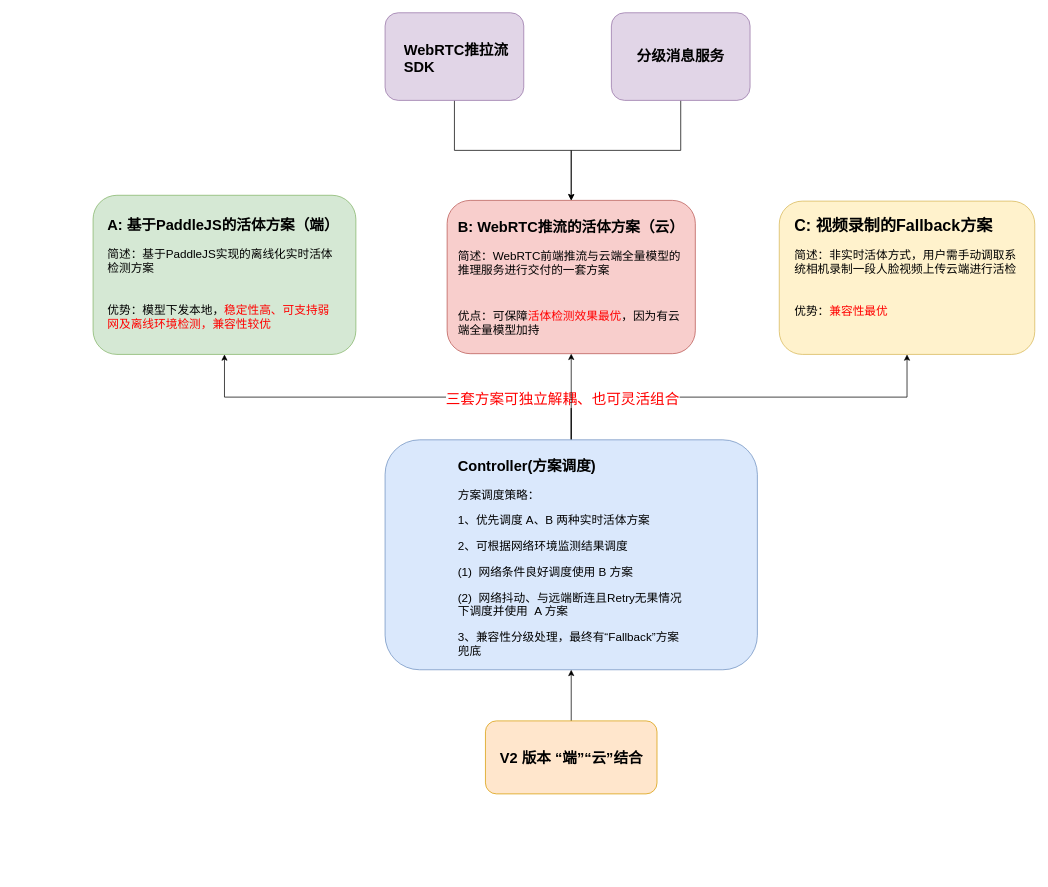
Before: 未命名绘图.drawio in bdwenxi/bdscroll, a draw.io diagram. Source tidied: cells renumbered, new cells numbered last; positions are measured from the earlier drawing's top-left corner, leaving out a move shared by most shapes. Both pictures are drawn from the tidied source at 73%, with x=0, y=0 at pixel (12, 12).
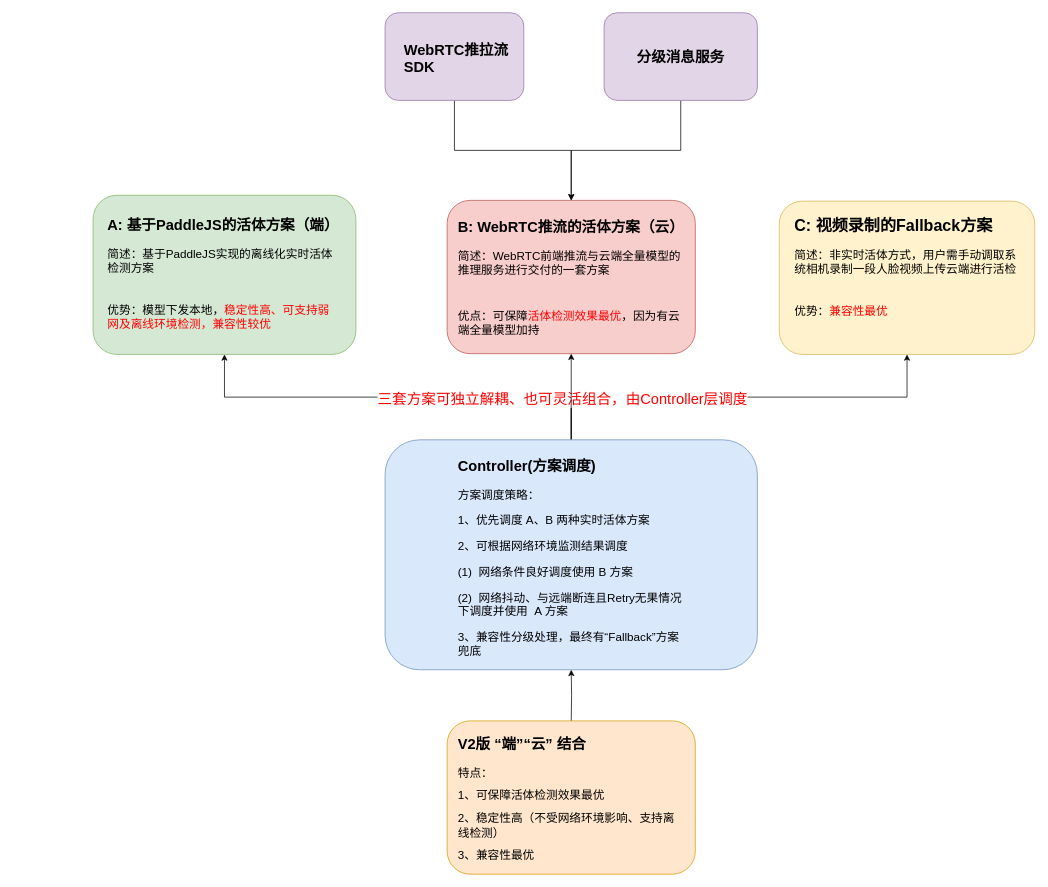
After the change.

Commit message (it also covers changes not shown here):
更新未命名绘图.drawio

The change refers to these unchanged cells:
```xml
<mxCell id="5" style="edgeStyle=orthogonalEdgeStyle;rounded=0;jettySize=auto;html=1;exitX=0.5;exitY=0;exitDx=0;exitDy=0;entryX=0.5;entryY=1;entryDx=0;entryDy=0;" parent="1" edge="1" source="8" target="9">
  <mxGeometry relative="1" as="geometry" />
</mxCell>
<mxCell id="8" style="rounded=1;whiteSpace=wrap;html=1;fillColor=#dae8fc;strokeColor=#6c8ebf;" parent="1" vertex="1">
  <mxGeometry x="510" y="585" width="510" height="315" as="geometry" />
</mxCell>
```

Diff of the diagram source:
```diff
@@
-    <mxCell id="6" value="三套方案可独立解耦、也可灵活组合" style="edgeLabel;html=1;align=center;verticalAlign=middle;fontSize=20;fontColor=#FF0000;" parent="5" vertex="1">
+    <mxCell id="6" value="三套方案可独立解耦、也可灵活组合，由Controller层调度" style="edgeLabel;html=1;align=center;verticalAlign=middle;fontSize=20;fontColor=#FF0000;" parent="5" vertex="1">
       <mxGeometry x="-0.76" y="2" relative="1" as="geometry" />
     </mxCell>
@@
-    <mxCell id="17" style="rounded=1;whiteSpace=wrap;html=1;fillColor=#e1d5e7;strokeColor=#9673a6;" parent="1" vertex="1">
-      <mxGeometry x="820" width="190" height="120" as="geometry" />
+    <mxCell id="17" value="&lt;h1 style=&quot;text-align: left; font-size: 20px;&quot;&gt;分级消息服务&lt;/h1&gt;" style="rounded=1;whiteSpace=wrap;html=1;fillColor=#e1d5e7;strokeColor=#9673a6;" parent="1" vertex="1">
+      <mxGeometry x="810" width="210" height="120" as="geometry" />
     </mxCell>
@@
-    <mxCell id="20" value="&lt;h1 style=&quot;font-size: 20px;&quot;&gt;&lt;font style=&quot;font-size: 20px;&quot;&gt;分级消息服务&lt;/font&gt;&lt;/h1&gt;&lt;h1 style=&quot;font-size: 20px;&quot;&gt;&lt;font style=&quot;font-size: 20px;&quot;&gt;&lt;br&gt;&lt;/font&gt;&lt;/h1&gt;&lt;p style=&quot;font-size: 20px;&quot;&gt;&lt;br&gt;&lt;/p&gt;" style="text;html=1;strokeColor=none;fillColor=none;spacing=5;spacingTop=-20;whiteSpace=wrap;overflow=hidden;rounded=0;dashed=1;opacity=0;" parent="1" vertex="1">
-      <mxGeometry x="850" y="45" width="170" height="50" as="geometry" />
-    </mxCell>
@@
-    <mxCell id="22" style="edgeStyle=orthogonalEdgeStyle;rounded=0;jettySize=auto;html=1;exitX=0.5;exitY=0;exitDx=0;exitDy=0;entryX=0.5;entryY=1;entryDx=0;entryDy=0;fontSize=20;fontColor=#FF0000;" parent="1" edge="1" source="23" target="8">
-      <mxGeometry relative="1" as="geometry" />
+    <mxCell id="22" style="edgeStyle=orthogonalEdgeStyle;rounded=0;jettySize=auto;html=1;exitX=0.5;exitY=0;exitDx=0;exitDy=0;entryX=0.5;entryY=1;entryDx=0;entryDy=0;fontSize=20;fontColor=#FF0000;" parent="1" edge="1" target="8">
+      <mxGeometry relative="1" as="geometry">
+        <mxPoint x="765" y="970" as="sourcePoint" />
+      </mxGeometry>
     </mxCell>
-    <mxCell id="23" value="&lt;h1 style=&quot;text-align: left;&quot;&gt;&lt;span style=&quot;font-size: 20px;&quot;&gt;V2 版本 “端”“云”结合&lt;/span&gt;&lt;/h1&gt;" style="rounded=1;whiteSpace=wrap;html=1;fillColor=#ffe6cc;strokeColor=#d79b00;" parent="1" vertex="1">
-      <mxGeometry x="647.5" y="970" width="235" height="100" as="geometry" />
-    </mxCell>
+    <mxCell id="24" style="rounded=1;whiteSpace=wrap;html=1;fillColor=#ffe6cc;strokeColor=#d79b00;" parent="1" vertex="1">
+      <mxGeometry x="595" y="970" width="340" height="210" as="geometry" />
+    </mxCell>
+    <mxCell id="25" value="&lt;h1&gt;&lt;span style=&quot;font-size: 20px;&quot;&gt;V2版 “端”“云” 结合&lt;/span&gt;&lt;/h1&gt;&lt;p&gt;&lt;span style=&quot;font-size: 16px;&quot;&gt;特点：&lt;/span&gt;&lt;/p&gt;&lt;p&gt;&lt;span style=&quot;font-size: 16px;&quot;&gt;1、可保障活体检测效果最优&lt;/span&gt;&lt;/p&gt;&lt;p&gt;&lt;span style=&quot;font-size: 16px;&quot;&gt;2、稳定性高（不受网络环境影响、支持离线检测）&lt;/span&gt;&lt;/p&gt;&lt;p&gt;&lt;span style=&quot;font-size: 16px;&quot;&gt;3、兼容性最优&lt;/span&gt;&lt;/p&gt;" style="text;html=1;strokeColor=none;fillColor=none;spacing=5;spacingTop=-20;whiteSpace=wrap;overflow=hidden;rounded=0;dashed=1;opacity=0;" parent="1" vertex="1">
+      <mxGeometry x="605" y="981" width="320" height="194" as="geometry" />
+    </mxCell>
```
